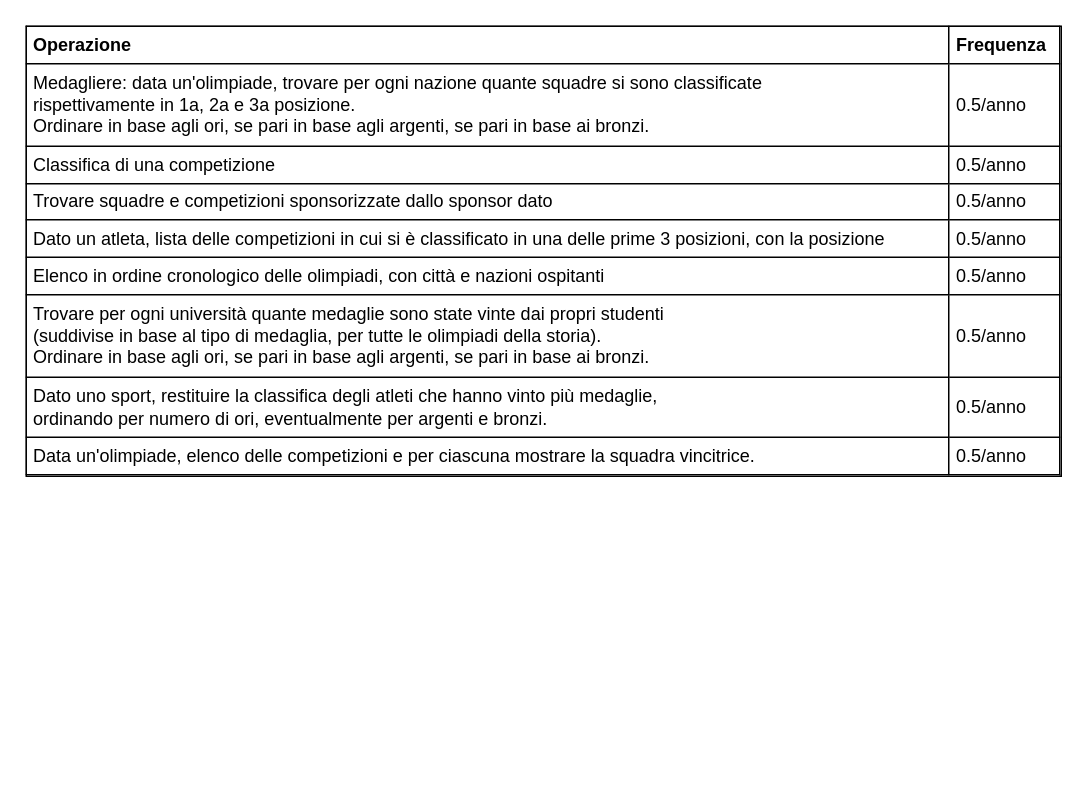
giovannivelludo/database-project keeps this draw.io diagram as page "Operazioni" (4 of 4) of Olimpiadi studentesche.drawio. Above is the earlier version. Source tidied: cells renumbered, new cells numbered last; positions are measured from the earlier drawing's top-left corner, leaving out a move shared by most shapes. Both pictures are drawn from the tidied source at 150%, with x=0, y=0 at pixel (26, 26).
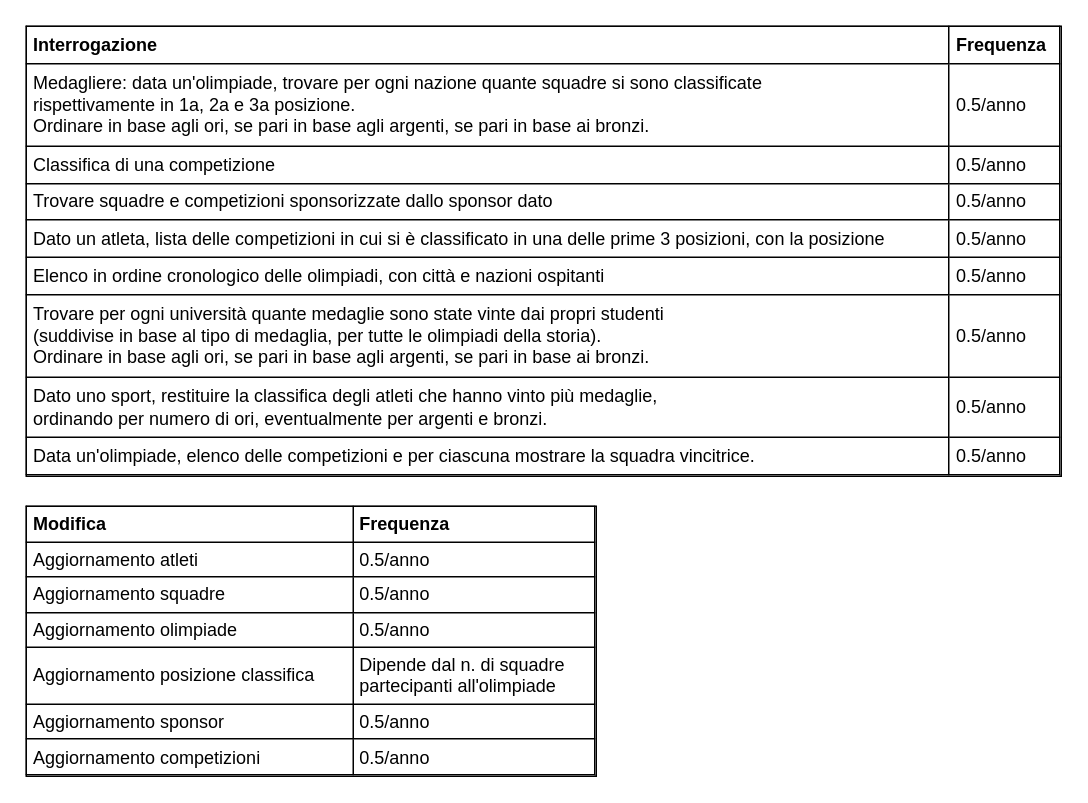
Above is the later version.

Commit message:
Aggiunte modifiche

What changed in the source:
```diff
@@
 <mxGraphModel>
   <root>
     <mxCell id="0" />
     <mxCell id="1" parent="0" />
-    <mxCell id="2" value="&lt;table style=&quot;width: 100% ; height: 100% ; border-collapse: collapse ; border: 1px solid rgb(0 , 0 , 0)&quot; width=&quot;100%&quot; cellpadding=&quot;4&quot; border=&quot;1&quot; align=&quot;left&quot;&gt;&lt;tbody&gt;&lt;tr style=&quot;color: rgb(255 , 255 , 255)&quot;&gt;&lt;th align=&quot;left&quot;&gt;&lt;span&gt;&lt;font color=&quot;#000000&quot;&gt;Operazione&lt;br&gt;&lt;/font&gt;&lt;/span&gt;&lt;/th&gt;&lt;th align=&quot;left&quot;&gt;&lt;span&gt;&lt;font color=&quot;#000000&quot;&gt;Frequenza&lt;br&gt;&lt;/font&gt;&lt;/span&gt;&lt;/th&gt;&lt;/tr&gt;&lt;tr&gt;&lt;td&gt;&lt;span&gt;Medagliere: data un'olimpiade, trovare per ogni nazione quante squadre si sono classificate&lt;br&gt;rispettivamente in 1a, 2a e 3a posizione.&lt;br&gt;Ordinare in base agli ori, se pari in base agli argenti, se pari in base ai bronzi.&lt;br&gt;&lt;/span&gt;&lt;/td&gt;&lt;td&gt;&lt;span&gt;0.5/anno&lt;br&gt;&lt;/span&gt;&lt;/td&gt;&lt;/tr&gt;&lt;tr&gt;&lt;td&gt;&lt;span&gt;Classifica di una competizione&lt;br&gt;&lt;/span&gt;&lt;/td&gt;&lt;td&gt;&lt;span&gt;0.5/anno&lt;br&gt;&lt;/span&gt;&lt;/td&gt;&lt;/tr&gt;&lt;tr&gt;&lt;td&gt;&lt;span&gt;Trovare squadre e competizioni sponsorizzate dallo sponsor dato&lt;br&gt;&lt;/span&gt;&lt;/td&gt;&lt;td&gt;&lt;span&gt;0.5/anno&lt;br&gt;&lt;/span&gt;&lt;/td&gt;&lt;/tr&gt;&lt;tr&gt;&lt;td&gt;&lt;span&gt;Dato un atleta, lista delle competizioni in cui si è classificato in una delle prime 3 posizioni, con la posizione&lt;br&gt;&lt;/span&gt;&lt;/td&gt;&lt;td&gt;0.5/anno&lt;br&gt;&lt;/td&gt;&lt;/tr&gt;&lt;tr&gt;&lt;td&gt;Elenco in ordine cronologico delle olimpiadi, con città e nazioni ospitanti&lt;br&gt;&lt;/td&gt;&lt;td&gt;0.5/anno&lt;br&gt;&lt;/td&gt;&lt;/tr&gt;&lt;tr&gt;&lt;td&gt;&lt;span&gt;Trovare per ogni università quante medaglie sono state vinte dai propri studenti&lt;br&gt;(suddivise in base al tipo di medaglia, per tutte le olimpiadi della storia).&lt;br&gt;Ordinare in base agli ori, se pari in base agli argenti, se pari in base ai bronzi.&lt;/span&gt;&lt;/td&gt;&lt;td&gt;0.5/anno&lt;br&gt;&lt;/td&gt;&lt;/tr&gt;&lt;tr&gt;&lt;td&gt;Dato uno sport, restituire la classifica degli atleti che hanno vinto più medaglie,&lt;br&gt;ordinando per numero di ori, eventualmente per argenti e bronzi.&lt;br&gt;&lt;/td&gt;&lt;td&gt;0.5/anno&lt;br&gt;&lt;/td&gt;&lt;/tr&gt;&lt;tr&gt;&lt;td&gt;Data un'olimpiade, elenco delle competizioni e per ciascuna mostrare la squadra vincitrice.&lt;br&gt;&lt;/td&gt;&lt;td&gt;0.5/anno&lt;br&gt;&lt;/td&gt;&lt;/tr&gt;&lt;/tbody&gt;&lt;/table&gt;" style="text;html=1;strokeColor=#000000;fillColor=#ffffff;overflow=fill;rounded=0;" parent="1" vertex="1">
+    <mxCell id="2" value="&lt;table style=&quot;width: 100% ; height: 100% ; border-collapse: collapse ; border: 1px solid rgb(0 , 0 , 0)&quot; width=&quot;100%&quot; cellpadding=&quot;4&quot; border=&quot;1&quot; align=&quot;left&quot;&gt;&lt;tbody&gt;&lt;tr style=&quot;color: rgb(255 , 255 , 255)&quot;&gt;&lt;th align=&quot;left&quot;&gt;&lt;span&gt;&lt;font color=&quot;#000000&quot;&gt;Interrogazione&lt;br&gt;&lt;/font&gt;&lt;/span&gt;&lt;/th&gt;&lt;th align=&quot;left&quot;&gt;&lt;span&gt;&lt;font color=&quot;#000000&quot;&gt;Frequenza&lt;br&gt;&lt;/font&gt;&lt;/span&gt;&lt;/th&gt;&lt;/tr&gt;&lt;tr&gt;&lt;td&gt;&lt;span&gt;Medagliere: data un'olimpiade, trovare per ogni nazione quante squadre si sono classificate&lt;br&gt;rispettivamente in 1a, 2a e 3a posizione.&lt;br&gt;Ordinare in base agli ori, se pari in base agli argenti, se pari in base ai bronzi.&lt;br&gt;&lt;/span&gt;&lt;/td&gt;&lt;td&gt;&lt;span&gt;0.5/anno&lt;br&gt;&lt;/span&gt;&lt;/td&gt;&lt;/tr&gt;&lt;tr&gt;&lt;td&gt;&lt;span&gt;Classifica di una competizione&lt;br&gt;&lt;/span&gt;&lt;/td&gt;&lt;td&gt;&lt;span&gt;0.5/anno&lt;br&gt;&lt;/span&gt;&lt;/td&gt;&lt;/tr&gt;&lt;tr&gt;&lt;td&gt;&lt;span&gt;Trovare squadre e competizioni sponsorizzate dallo sponsor dato&lt;br&gt;&lt;/span&gt;&lt;/td&gt;&lt;td&gt;&lt;span&gt;0.5/anno&lt;br&gt;&lt;/span&gt;&lt;/td&gt;&lt;/tr&gt;&lt;tr&gt;&lt;td&gt;&lt;span&gt;Dato un atleta, lista delle competizioni in cui si è classificato in una delle prime 3 posizioni, con la posizione&lt;br&gt;&lt;/span&gt;&lt;/td&gt;&lt;td&gt;0.5/anno&lt;br&gt;&lt;/td&gt;&lt;/tr&gt;&lt;tr&gt;&lt;td&gt;Elenco in ordine cronologico delle olimpiadi, con città e nazioni ospitanti&lt;br&gt;&lt;/td&gt;&lt;td&gt;0.5/anno&lt;br&gt;&lt;/td&gt;&lt;/tr&gt;&lt;tr&gt;&lt;td&gt;&lt;span&gt;Trovare per ogni università quante medaglie sono state vinte dai propri studenti&lt;br&gt;(suddivise in base al tipo di medaglia, per tutte le olimpiadi della storia).&lt;br&gt;Ordinare in base agli ori, se pari in base agli argenti, se pari in base ai bronzi.&lt;/span&gt;&lt;/td&gt;&lt;td&gt;0.5/anno&lt;br&gt;&lt;/td&gt;&lt;/tr&gt;&lt;tr&gt;&lt;td&gt;Dato uno sport, restituire la classifica degli atleti che hanno vinto più medaglie,&lt;br&gt;ordinando per numero di ori, eventualmente per argenti e bronzi.&lt;br&gt;&lt;/td&gt;&lt;td&gt;0.5/anno&lt;br&gt;&lt;/td&gt;&lt;/tr&gt;&lt;tr&gt;&lt;td&gt;Data un'olimpiade, elenco delle competizioni e per ciascuna mostrare la squadra vincitrice.&lt;br&gt;&lt;/td&gt;&lt;td&gt;0.5/anno&lt;br&gt;&lt;/td&gt;&lt;/tr&gt;&lt;/tbody&gt;&lt;/table&gt;" style="text;html=1;strokeColor=#000000;fillColor=#ffffff;overflow=fill;rounded=0;" parent="1" vertex="1">
       <mxGeometry width="690" height="300" as="geometry" />
     </mxCell>
+    <mxCell id="3" value="&lt;table style=&quot;width: 100% ; height: 100% ; border-collapse: collapse ; border: 1px solid rgb(0 , 0 , 0)&quot; width=&quot;100%&quot; cellpadding=&quot;4&quot; border=&quot;1&quot; align=&quot;left&quot;&gt;&lt;tbody&gt;&lt;tr style=&quot;color: rgb(255 , 255 , 255)&quot;&gt;&lt;th align=&quot;left&quot;&gt;&lt;span&gt;&lt;font color=&quot;#000000&quot;&gt;Modifica&lt;br&gt;&lt;/font&gt;&lt;/span&gt;&lt;/th&gt;&lt;th align=&quot;left&quot;&gt;&lt;span&gt;&lt;font color=&quot;#000000&quot;&gt;Frequenza&lt;br&gt;&lt;/font&gt;&lt;/span&gt;&lt;/th&gt;&lt;/tr&gt;&lt;tr&gt;&lt;td&gt;&lt;span&gt;Aggiornamento atleti&lt;br&gt;&lt;/span&gt;&lt;/td&gt;&lt;td&gt;&lt;span&gt;0.5/anno&lt;br&gt;&lt;/span&gt;&lt;/td&gt;&lt;/tr&gt;&lt;tr&gt;&lt;td&gt;&lt;span&gt;Aggiornamento squadre&lt;br&gt;&lt;/span&gt;&lt;/td&gt;&lt;td&gt;&lt;span&gt;0.5/anno&lt;br&gt;&lt;/span&gt;&lt;/td&gt;&lt;/tr&gt;&lt;tr&gt;&lt;td&gt;&lt;span&gt;Aggiornamento olimpiade&lt;br&gt;&lt;/span&gt;&lt;/td&gt;&lt;td&gt;&lt;span&gt;0.5/anno&lt;br&gt;&lt;/span&gt;&lt;/td&gt;&lt;/tr&gt;&lt;tr&gt;&lt;td&gt;&lt;span&gt;Aggiornamento posizione classifica&lt;br&gt;&lt;/span&gt;&lt;/td&gt;&lt;td&gt;Dipende dal n. di squadre&lt;br&gt;partecipanti all'olimpiade&lt;br&gt;&lt;/td&gt;&lt;/tr&gt;&lt;tr&gt;&lt;td&gt;Aggiornamento sponsor&lt;br&gt;&lt;/td&gt;&lt;td&gt;0.5/anno&lt;br&gt;&lt;/td&gt;&lt;/tr&gt;&lt;tr&gt;&lt;td&gt;&lt;span&gt;Aggiornamento competizioni&lt;br&gt;&lt;/span&gt;&lt;/td&gt;&lt;td&gt;0.5/anno&lt;br&gt;&lt;/td&gt;&lt;/tr&gt;&lt;/tbody&gt;&lt;/table&gt;" style="text;html=1;strokeColor=#000000;fillColor=#ffffff;overflow=fill;rounded=0;" parent="1" vertex="1">
+      <mxGeometry y="320" width="380" height="180" as="geometry" />
+    </mxCell>
   </root>
 </mxGraphModel>
```
